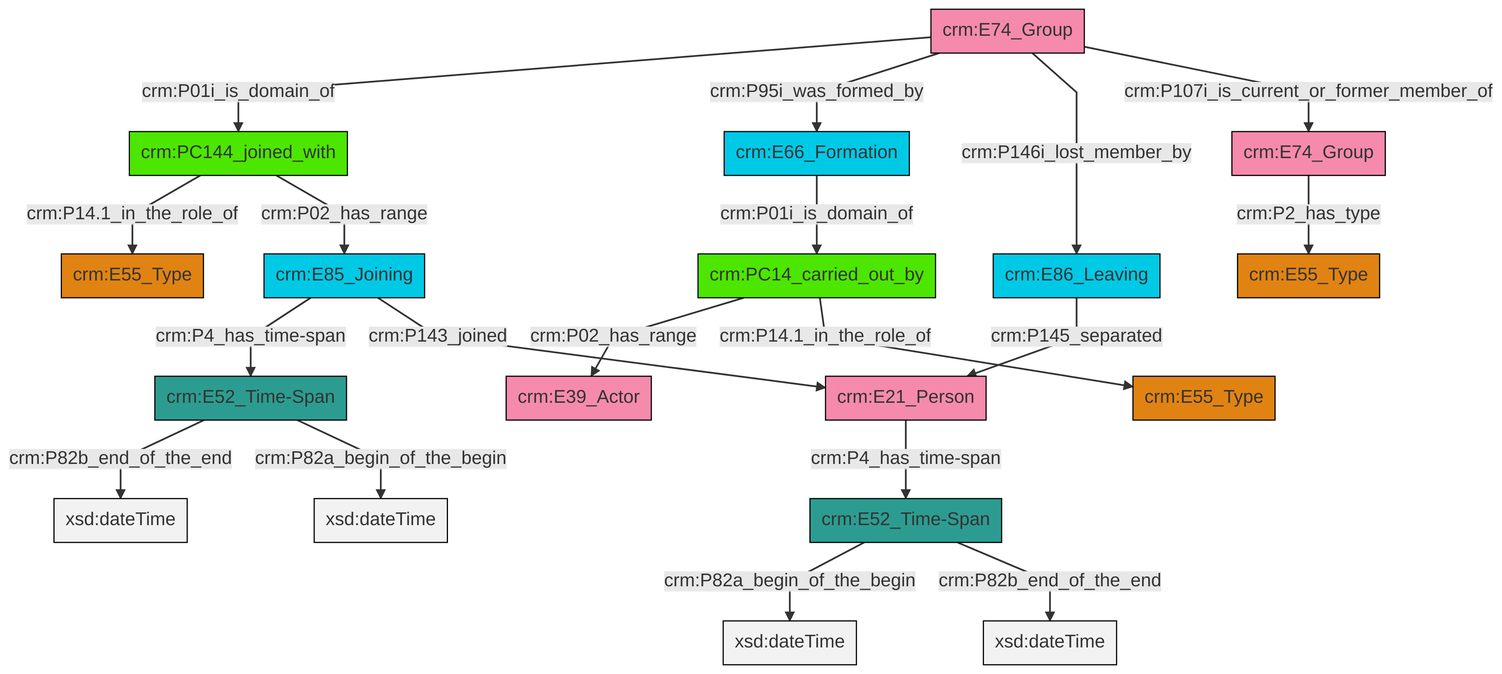
Above: et/groupCSV/ttl/mmd/png/group_actor_relations.png in swiss-art-research-net/docs.swissartresearch (Mermaid), before the change. Its source is kept beside it as et/groupCSV/ttl/mmd/group_actor_relations.ttl.mmd.
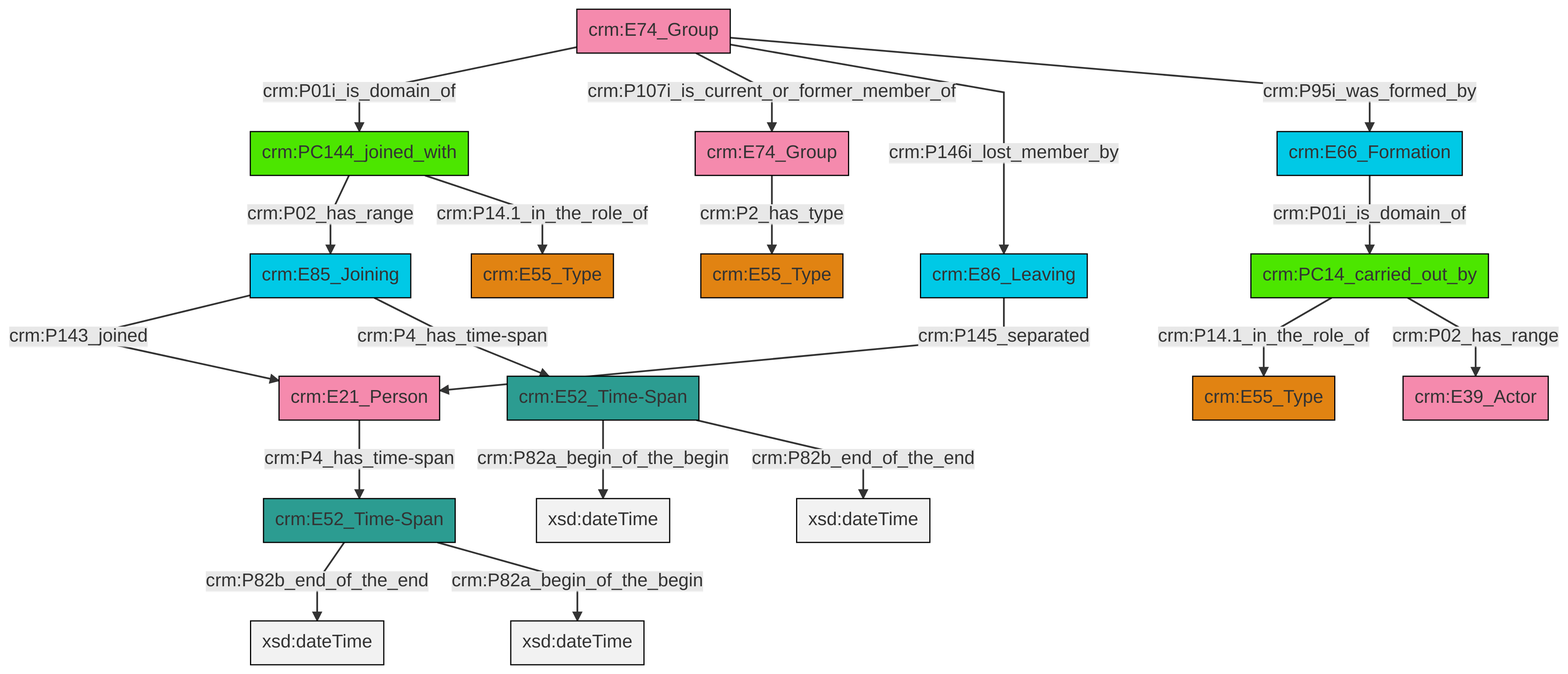
After the change.

Change to the diagram source:
```diff
@@ -13,21 +13,21 @@
 classDef PC_Classes fill:#4ce600, stroke:#000000;
 classDef Multi fill:#cccccc,stroke:#000000;
 
-12["crm:E74_Group"]:::Actor -->|crm:P01i_is_domain_of| 13["crm:PC144_joined_with"]:::PC_Classes
-12["crm:E74_Group"]:::Actor -->|crm:P95i_was_formed_by| 4["crm:E66_Formation"]:::Temporal_Entity
-2["crm:PC14_carried_out_by"]:::PC_Classes -->|crm:P02_has_range| 16["crm:E39_Actor"]:::Actor
-14["crm:E74_Group"]:::Actor -->|crm:P2_has_type| 6["crm:E55_Type"]:::Type
-12["crm:E74_Group"]:::Actor -->|crm:P146i_lost_member_by| 24["crm:E86_Leaving"]:::Temporal_Entity
-2["crm:PC14_carried_out_by"]:::PC_Classes -->|crm:P14.1_in_the_role_of| 0["crm:E55_Type"]:::Type
-21["crm:E52_Time-Span"]:::Time-Span -->|crm:P82b_end_of_the_end| 26[xsd:dateTime]:::Literal
-24["crm:E86_Leaving"]:::Temporal_Entity -->|crm:P145_separated| 8["crm:E21_Person"]:::Actor
-4["crm:E66_Formation"]:::Temporal_Entity -->|crm:P01i_is_domain_of| 2["crm:PC14_carried_out_by"]:::PC_Classes
-27["crm:E85_Joining"]:::Temporal_Entity -->|crm:P4_has_time-span| 21["crm:E52_Time-Span"]:::Time-Span
-27["crm:E85_Joining"]:::Temporal_Entity -->|crm:P143_joined| 8["crm:E21_Person"]:::Actor
-17["crm:E52_Time-Span"]:::Time-Span -->|crm:P82a_begin_of_the_begin| 28[xsd:dateTime]:::Literal
-13["crm:PC144_joined_with"]:::PC_Classes -->|crm:P14.1_in_the_role_of| 10["crm:E55_Type"]:::Type
-12["crm:E74_Group"]:::Actor -->|crm:P107i_is_current_or_former_member_of| 14["crm:E74_Group"]:::Actor
-21["crm:E52_Time-Span"]:::Time-Span -->|crm:P82a_begin_of_the_begin| 29[xsd:dateTime]:::Literal
-17["crm:E52_Time-Span"]:::Time-Span -->|crm:P82b_end_of_the_end| 31[xsd:dateTime]:::Literal
-8["crm:E21_Person"]:::Actor -->|crm:P4_has_time-span| 17["crm:E52_Time-Span"]:::Time-Span
-13["crm:PC144_joined_with"]:::PC_Classes -->|crm:P02_has_range| 27["crm:E85_Joining"]:::Temporal_Entity
+2["crm:E21_Person"]:::Actor -->|crm:P4_has_time-span| 3["crm:E52_Time-Span"]:::Time-Span
+4["crm:E52_Time-Span"]:::Time-Span -->|crm:P82a_begin_of_the_begin| 5[xsd:dateTime]:::Literal
+6["crm:E74_Group"]:::Actor -->|crm:P01i_is_domain_of| 7["crm:PC144_joined_with"]:::PC_Classes
+12["crm:E66_Formation"]:::Temporal_Entity -->|crm:P01i_is_domain_of| 13["crm:PC14_carried_out_by"]:::PC_Classes
+6["crm:E74_Group"]:::Actor -->|crm:P107i_is_current_or_former_member_of| 17["crm:E74_Group"]:::Actor
+4["crm:E52_Time-Span"]:::Time-Span -->|crm:P82b_end_of_the_end| 20[xsd:dateTime]:::Literal
+8["crm:E85_Joining"]:::Temporal_Entity -->|crm:P143_joined| 2["crm:E21_Person"]:::Actor
+21["crm:E86_Leaving"]:::Temporal_Entity -->|crm:P145_separated| 2["crm:E21_Person"]:::Actor
+6["crm:E74_Group"]:::Actor -->|crm:P146i_lost_member_by| 21["crm:E86_Leaving"]:::Temporal_Entity
+8["crm:E85_Joining"]:::Temporal_Entity -->|crm:P4_has_time-span| 4["crm:E52_Time-Span"]:::Time-Span
+7["crm:PC144_joined_with"]:::PC_Classes -->|crm:P02_has_range| 8["crm:E85_Joining"]:::Temporal_Entity
+6["crm:E74_Group"]:::Actor -->|crm:P95i_was_formed_by| 12["crm:E66_Formation"]:::Temporal_Entity
+3["crm:E52_Time-Span"]:::Time-Span -->|crm:P82b_end_of_the_end| 28[xsd:dateTime]:::Literal
+13["crm:PC14_carried_out_by"]:::PC_Classes -->|crm:P14.1_in_the_role_of| 0["crm:E55_Type"]:::Type
+17["crm:E74_Group"]:::Actor -->|crm:P2_has_type| 14["crm:E55_Type"]:::Type
+13["crm:PC14_carried_out_by"]:::PC_Classes -->|crm:P02_has_range| 22["crm:E39_Actor"]:::Actor
+3["crm:E52_Time-Span"]:::Time-Span -->|crm:P82a_begin_of_the_begin| 34[xsd:dateTime]:::Literal
+7["crm:PC144_joined_with"]:::PC_Classes -->|crm:P14.1_in_the_role_of| 10["crm:E55_Type"]:::Type
```
